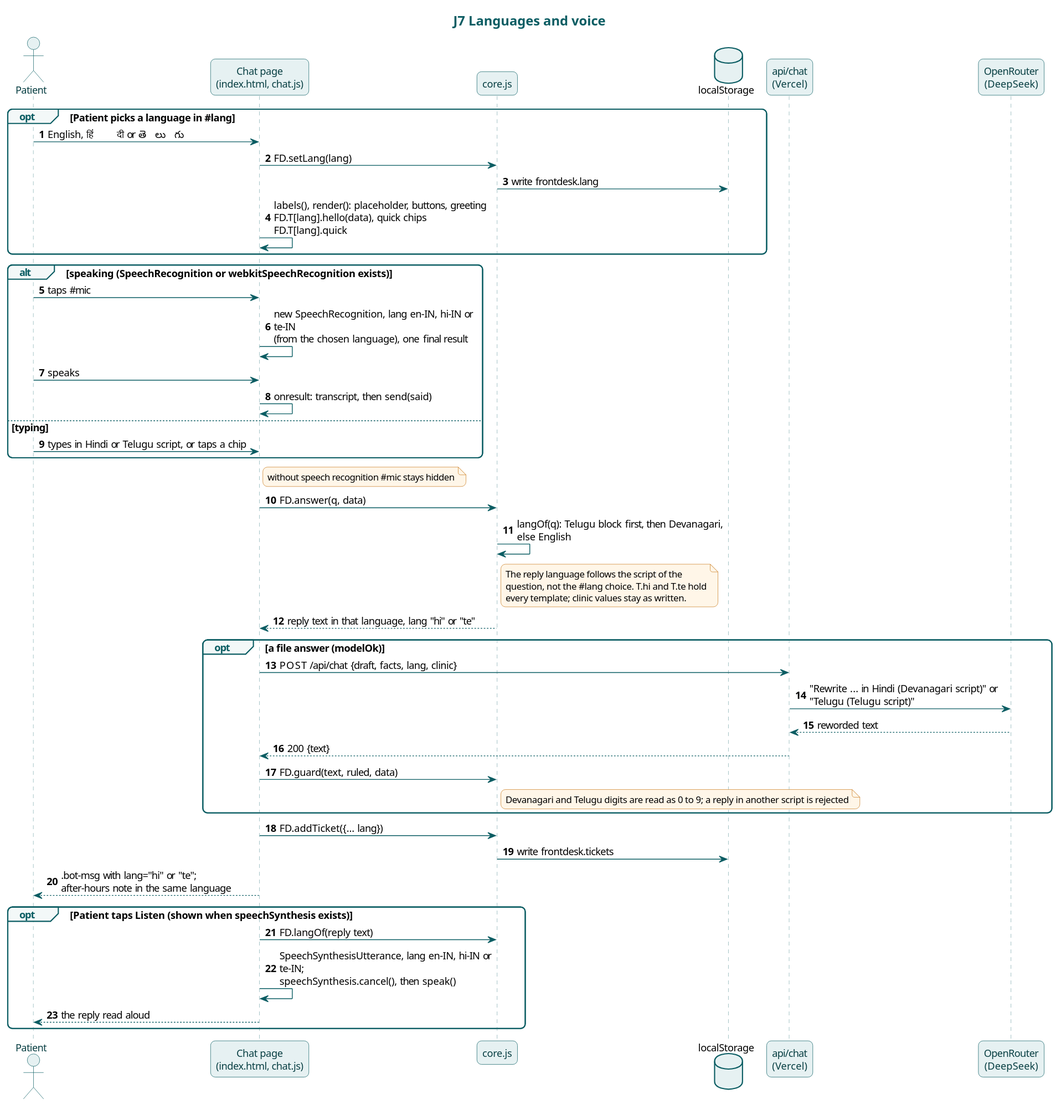
Earlier version of the PlantUML export docs/diagrams/j7-languages-and-voice.svg (karwasanjay007/frontdesk-ai-docs). Its diagram source:
```plantuml
@startuml
!include style.iuml
title J7 Languages and voice
actor Patient
participant "Chat page\n(index.html, chat.js)" as Chat
participant "core.js" as Core
database "localStorage" as LS
participant "api/chat\n(Vercel)" as API
participant "OpenRouter\n(DeepSeek)" as OR
autonumber

opt Patient picks a language in #lang
  Patient -> Chat : English, हिंदी or తెలుగు
  Chat -> Core : FD.setLang(lang)
  Core -> LS : write frontdesk.lang
  Chat -> Chat : labels(), render(): placeholder, buttons, greeting\nFD.T[lang].hello(data), quick chips FD.T[lang].quick
end

alt speaking (SpeechRecognition or webkitSpeechRecognition exists)
  Patient -> Chat : taps #mic
  Chat -> Chat : new SpeechRecognition, lang en-IN, hi-IN or te-IN\n(from the chosen language), one final result
  Patient -> Chat : speaks
  Chat -> Chat : onresult: transcript, then send(said)
else typing
  Patient -> Chat : types in Hindi or Telugu script, or taps a chip
end
note right of Chat : without speech recognition #mic stays hidden

Chat -> Core : FD.answer(q, data)
Core -> Core : langOf(q): Telugu block first, then Devanagari, else English
note right of Core
The reply language follows the script of the
question, not the #lang choice. T.hi and T.te hold
every template; clinic values stay as written.
end note
Core --> Chat : reply text in that language, lang "hi" or "te"
opt a file answer (modelOk)
  Chat -> API : POST /api/chat {draft, facts, lang, clinic}
  API -> OR : "Rewrite ... in Hindi (Devanagari script)" or "Telugu (Telugu script)"
  OR --> API : reworded text
  API --> Chat : 200 {text}
  Chat -> Core : FD.guard(text, ruled, data)
  note right of Core : Devanagari and Telugu digits are read as 0 to 9; a reply in another script is rejected
end
Chat -> Core : FD.addTicket({... lang})
Core -> LS : write frontdesk.tickets
Chat --> Patient : .bot-msg with lang="hi" or "te";\nafter-hours note in the same language

opt Patient taps Listen (shown when speechSynthesis exists)
  Chat -> Core : FD.langOf(reply text)
  Chat -> Chat : SpeechSynthesisUtterance, lang en-IN, hi-IN or te-IN;\nspeechSynthesis.cancel(), then speak()
  Chat --> Patient : the reply read aloud
end
@enduml
```
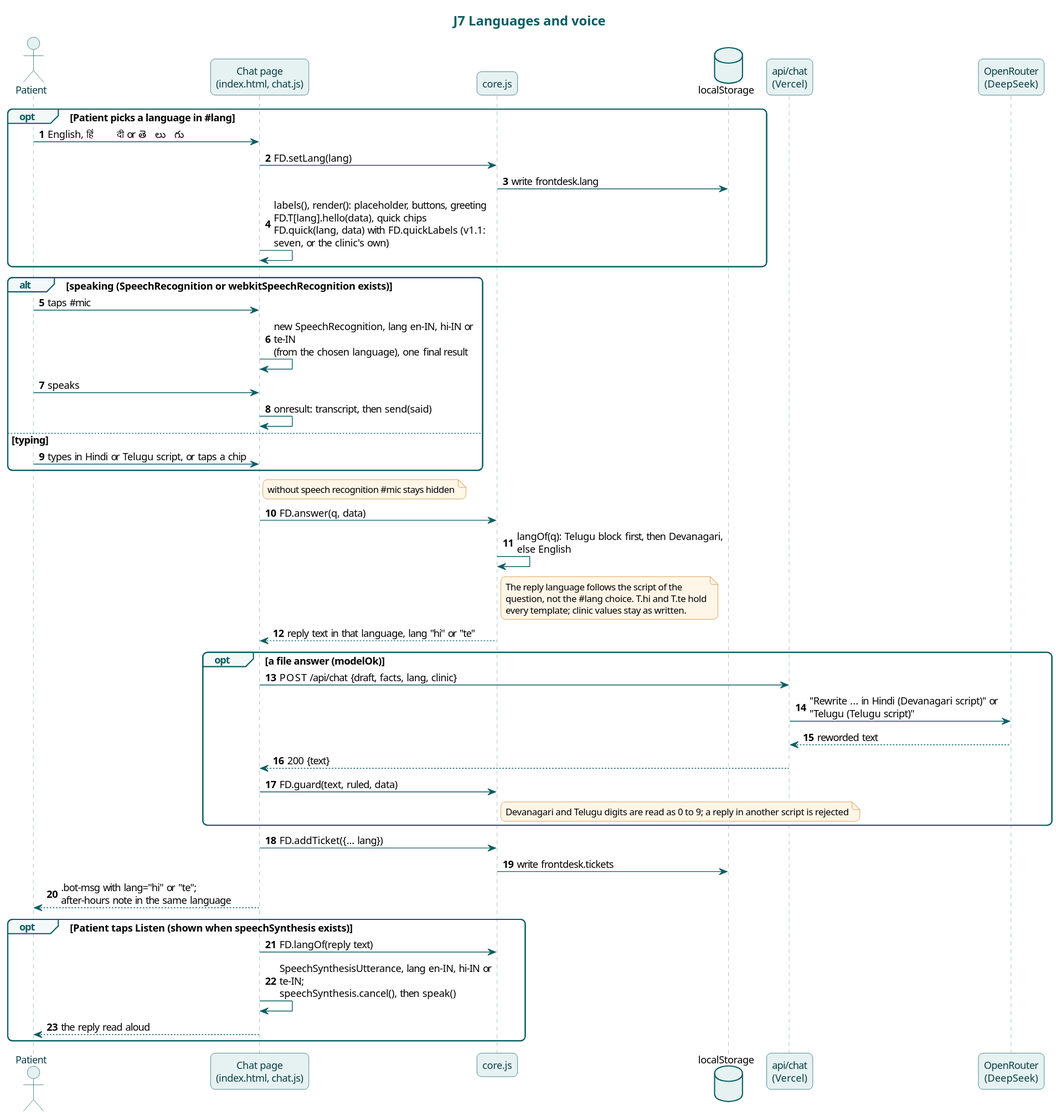
The same file after the commit.

Commit message:
Diagrams for version 1.1.0.0: J7 quick replies come from FD.quick and FD.quickLabels

Claude-Session: https://claude.ai/code/session_017913NbzwxARyxyS5e3DmNB

The edit, as a diff of the source:
```diff
@@ -13,7 +13,7 @@
   Patient -> Chat : English, हिंदी or తెలుగు
   Chat -> Core : FD.setLang(lang)
   Core -> LS : write frontdesk.lang
-  Chat -> Chat : labels(), render(): placeholder, buttons, greeting\nFD.T[lang].hello(data), quick chips FD.T[lang].quick
+  Chat -> Chat : labels(), render(): placeholder, buttons, greeting\nFD.T[lang].hello(data), quick chips FD.quick(lang, data) with FD.quickLabels (v1.1: seven, or the clinic's own)
 end
 
 alt speaking (SpeechRecognition or webkitSpeechRecognition exists)
```
